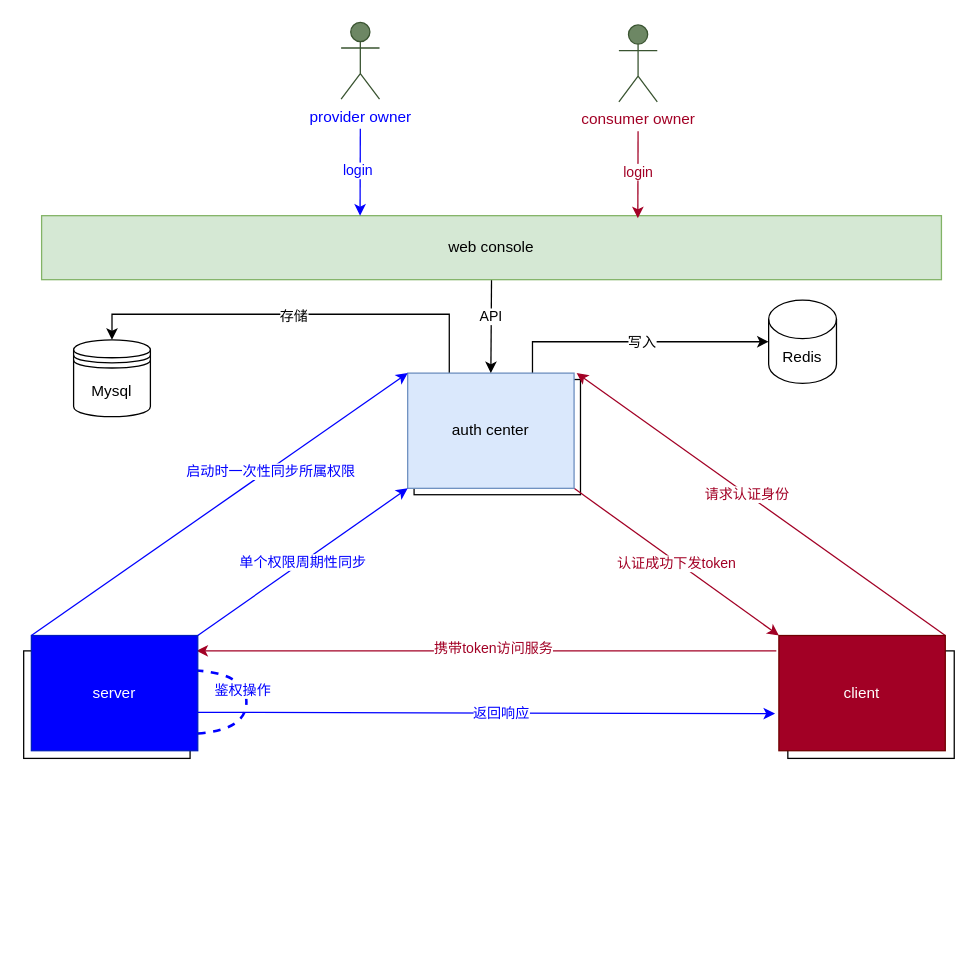
The draw.io diagram 鉴权中心一期.drawio in gitcodeporter/draw-uml, before the edit. Source tidied: cells renumbered, new cells numbered last; positions are measured from the earlier drawing's top-left corner, leaving out a move shared by most shapes. Both pictures are drawn from the tidied source at 128%, with x=0, y=0 at pixel (23, 22).
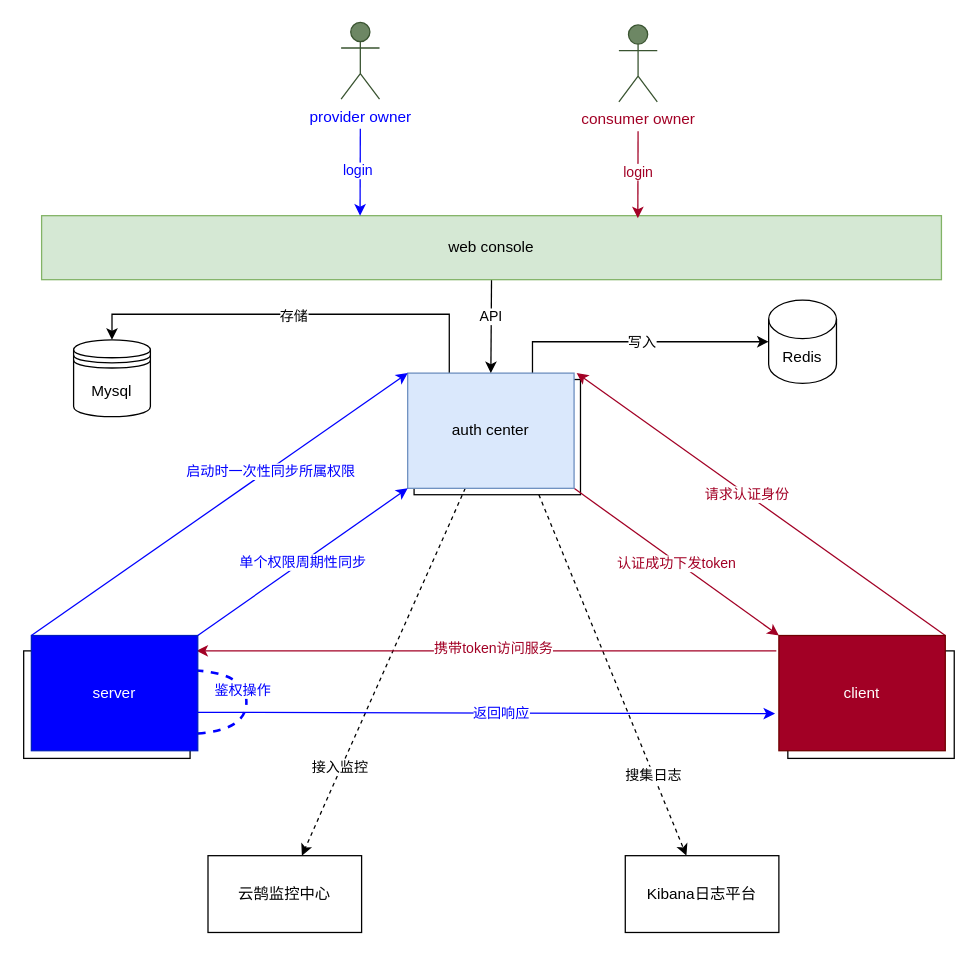
Above is the later version.

Commit message (it also covers changes not shown here):
更新鉴权中心一期.drawio

Unchanged cells that the change refers to:
```xml
<mxCell id="2" style="rounded=0;whiteSpace=wrap;html=1;fillColor=#FFFFFF;" parent="1" vertex="1">
  <mxGeometry x="305" y="279" width="130" height="90" as="geometry" />
</mxCell>
<mxCell id="11" value="auth center" style="rounded=0;whiteSpace=wrap;html=1;fillColor=#dae8fc;strokeColor=#6c8ebf;" parent="1" vertex="1">
  <mxGeometry x="300" y="274" width="130" height="90" as="geometry" />
</mxCell>
```

What changed in the source:
```diff
@@
+    <mxCell id="35" style="edgeStyle=none;rounded=0;jettySize=auto;html=1;exitX=0.75;exitY=1;exitDx=0;exitDy=0;dashed=1;fontColor=#000000;startArrow=none;startFill=0;strokeColor=#000000;strokeWidth=1;" parent="1" edge="1" source="2" target="40">
+      <mxGeometry relative="1" as="geometry" />
+    </mxCell>
+    <mxCell id="36" value="搜集日志" style="edgeLabel;html=1;align=center;verticalAlign=middle;fontColor=#000000;" parent="35" vertex="1">
+      <mxGeometry x="0.55" relative="1" as="geometry" />
+    </mxCell>
@@
+    <mxCell id="37" style="rounded=0;jettySize=auto;html=1;fontColor=#000000;startArrow=none;startFill=0;strokeColor=#000000;strokeWidth=1;dashed=1;" parent="1" edge="1" source="11" target="39">
+      <mxGeometry relative="1" as="geometry" />
+    </mxCell>
+    <mxCell id="38" value="接入监控" style="edgeLabel;html=1;align=center;verticalAlign=middle;fontColor=#000000;" parent="37" vertex="1">
+      <mxGeometry x="0.52" y="-2" relative="1" as="geometry" />
+    </mxCell>
@@
+    <mxCell id="39" value="云鹄监控中心" style="rounded=0;whiteSpace=wrap;html=1;fontColor=#000000;fillColor=#FFFFFF;" parent="1" vertex="1">
+      <mxGeometry x="144" y="651" width="120" height="60" as="geometry" />
+    </mxCell>
+    <mxCell id="40" value="Kibana日志平台" style="rounded=0;whiteSpace=wrap;html=1;fontColor=#000000;fillColor=#FFFFFF;" parent="1" vertex="1">
+      <mxGeometry x="470" y="651" width="120" height="60" as="geometry" />
+    </mxCell>
```
